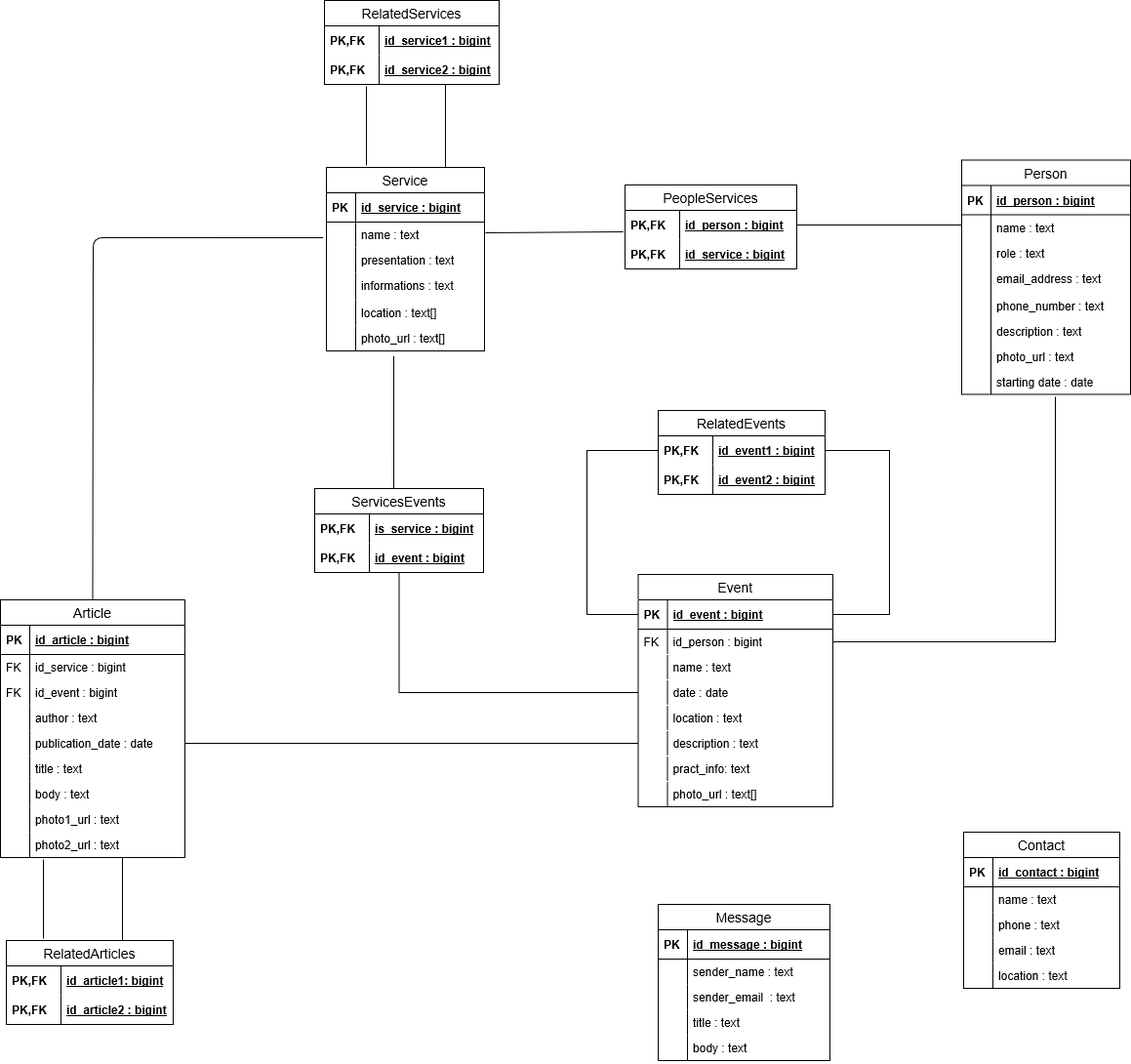
Before: public/assets/img/backend/tables.png, a diagram exported from draw.io (MassimilianoRoccamena/Hypermedia-Project). Source tidied: cells renumbered, new cells last; positions are measured from the earlier drawing's top-left corner, leaving out a move shared by most shapes.
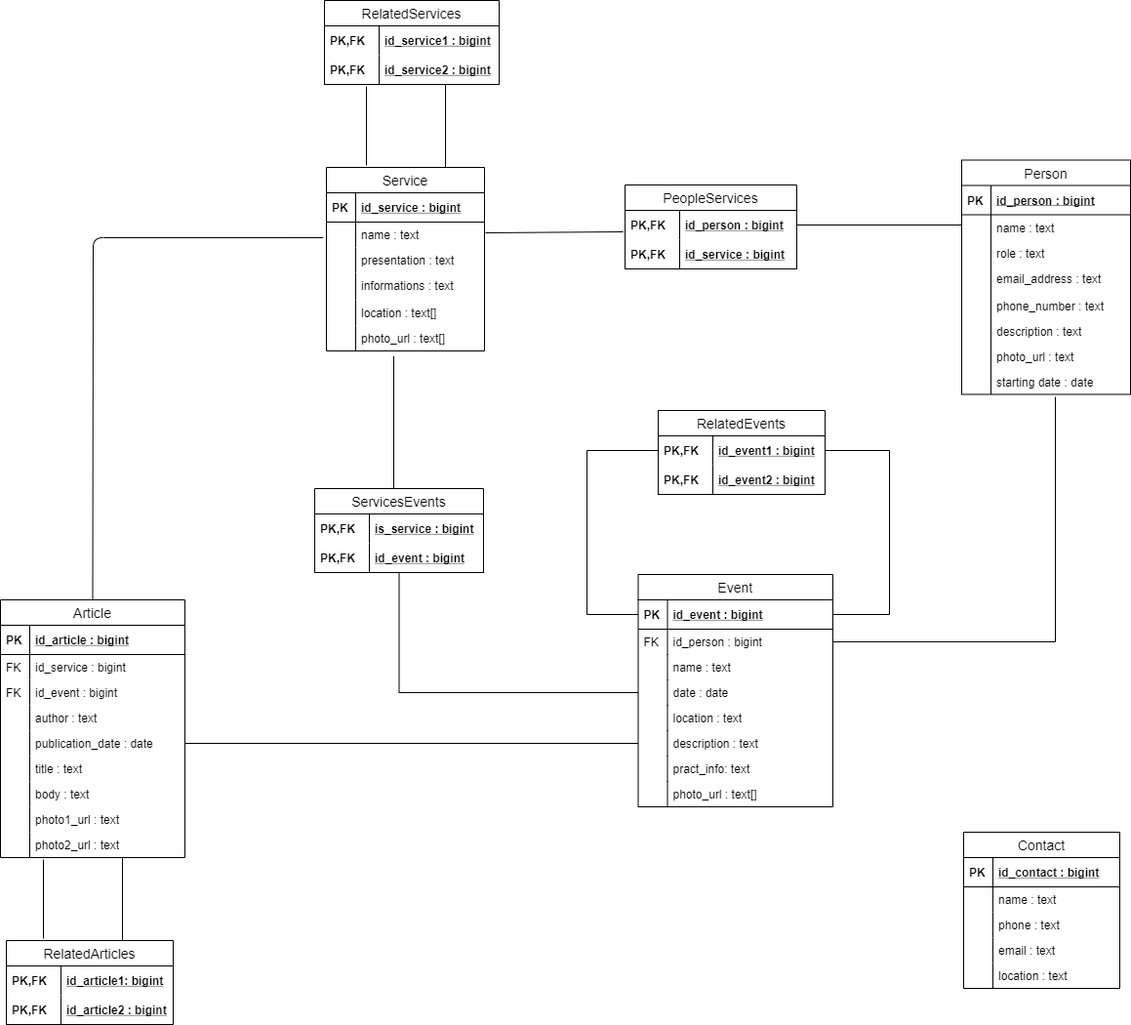
Later version of the same file.

Diff of the diagram source:
```diff
@@ -384,38 +384,5 @@
     <mxCell id="116" value="PK,FK" style="shape=partialRectangle;fontStyle=1;top=0;left=0;bottom=0;fillColor=none;align=left;verticalAlign=middle;spacingLeft=4;spacingRight=4;overflow=hidden;fontSize=12;" parent="115" vertex="1">
       <mxGeometry width="56" height="30" as="geometry" />
     </mxCell>
-    <mxCell id="117" value="Message" style="swimlane;fontStyle=0;horizontal=1;startSize=26;align=center;fontSize=14;" parent="1" vertex="1">
-      <mxGeometry x="674" y="926" width="176" height="160" as="geometry" />
-    </mxCell>
-    <mxCell id="118" value="id_message : bigint" style="shape=partialRectangle;top=0;left=0;right=0;bottom=1;align=left;verticalAlign=middle;fillColor=none;spacingLeft=34;spacingRight=4;overflow=hidden;fontStyle=5;fontSize=12;" parent="117" vertex="1">
-      <mxGeometry y="26" width="176" height="30" as="geometry" />
-    </mxCell>
-    <mxCell id="119" value="PK" style="shape=partialRectangle;top=0;left=0;bottom=0;fillColor=none;align=left;verticalAlign=middle;spacingLeft=4;spacingRight=4;overflow=hidden;fontSize=12;fontStyle=1;" parent="118" vertex="1">
-      <mxGeometry width="30" height="30" as="geometry" />
-    </mxCell>
-    <mxCell id="120" value="sender_name : text" style="shape=partialRectangle;top=0;left=0;right=0;bottom=0;align=left;verticalAlign=top;fillColor=none;spacingLeft=34;spacingRight=4;overflow=hidden;fontSize=12;" parent="117" vertex="1">
-      <mxGeometry y="56" width="176" height="26" as="geometry" />
-    </mxCell>
-    <mxCell id="121" style="shape=partialRectangle;top=0;left=0;bottom=0;fillColor=none;align=left;verticalAlign=top;spacingLeft=4;spacingRight=4;overflow=hidden;fontSize=12;" parent="120" vertex="1">
-      <mxGeometry width="30" height="26" as="geometry" />
-    </mxCell>
-    <mxCell id="122" value="sender_email  : text" style="shape=partialRectangle;top=0;left=0;right=0;bottom=0;align=left;verticalAlign=top;fillColor=none;spacingLeft=34;spacingRight=4;overflow=hidden;fontSize=12;" parent="117" vertex="1">
-      <mxGeometry y="82" width="176" height="26" as="geometry" />
-    </mxCell>
-    <mxCell id="123" style="shape=partialRectangle;top=0;left=0;bottom=0;fillColor=none;align=left;verticalAlign=top;spacingLeft=4;spacingRight=4;overflow=hidden;fontSize=12;" parent="122" vertex="1">
-      <mxGeometry width="30" height="26" as="geometry" />
-    </mxCell>
-    <mxCell id="124" value="title : text" style="shape=partialRectangle;top=0;left=0;right=0;bottom=0;align=left;verticalAlign=top;fillColor=none;spacingLeft=34;spacingRight=4;overflow=hidden;fontSize=12;" parent="117" vertex="1">
-      <mxGeometry y="108" width="176" height="26" as="geometry" />
-    </mxCell>
-    <mxCell id="125" style="shape=partialRectangle;top=0;left=0;bottom=0;fillColor=none;align=left;verticalAlign=top;spacingLeft=4;spacingRight=4;overflow=hidden;fontSize=12;" parent="124" vertex="1">
-      <mxGeometry width="30" height="26" as="geometry" />
-    </mxCell>
-    <mxCell id="126" value="body : text" style="shape=partialRectangle;top=0;left=0;right=0;bottom=0;align=left;verticalAlign=top;fillColor=none;spacingLeft=34;spacingRight=4;overflow=hidden;fontSize=12;" parent="117" vertex="1">
-      <mxGeometry y="134" width="176" height="26" as="geometry" />
-    </mxCell>
-    <mxCell id="127" style="shape=partialRectangle;top=0;left=0;bottom=0;fillColor=none;align=left;verticalAlign=top;spacingLeft=4;spacingRight=4;overflow=hidden;fontSize=12;" parent="126" vertex="1">
-      <mxGeometry width="30" height="26" as="geometry" />
-    </mxCell>
   </root>
 </mxGraphModel>
```
